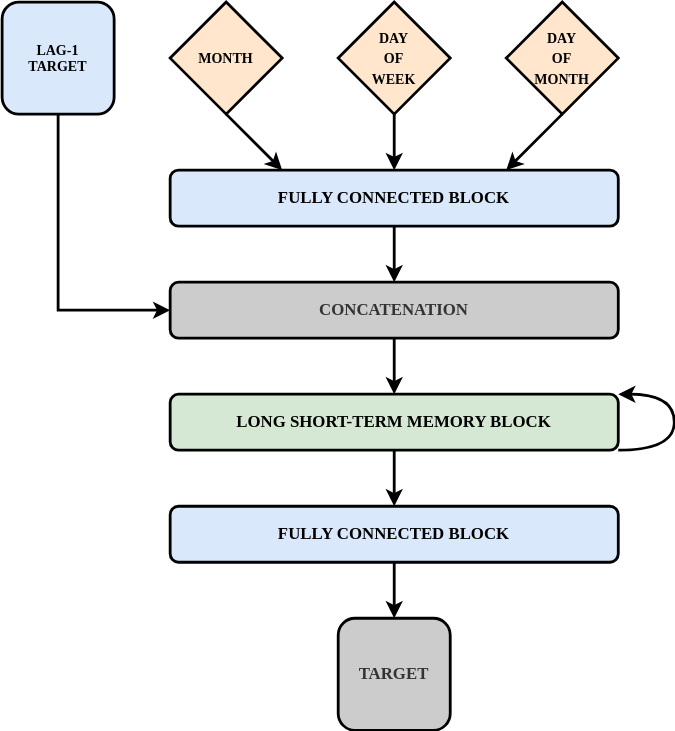
This is figures/false_prophet_architecture.svg from vb690/false_prophet, a draw.io export, as it was before one commit. Source tidied: cells renumbered, new cells last; positions are measured from the earlier drawing's top-left corner, leaving out a move shared by most shapes.
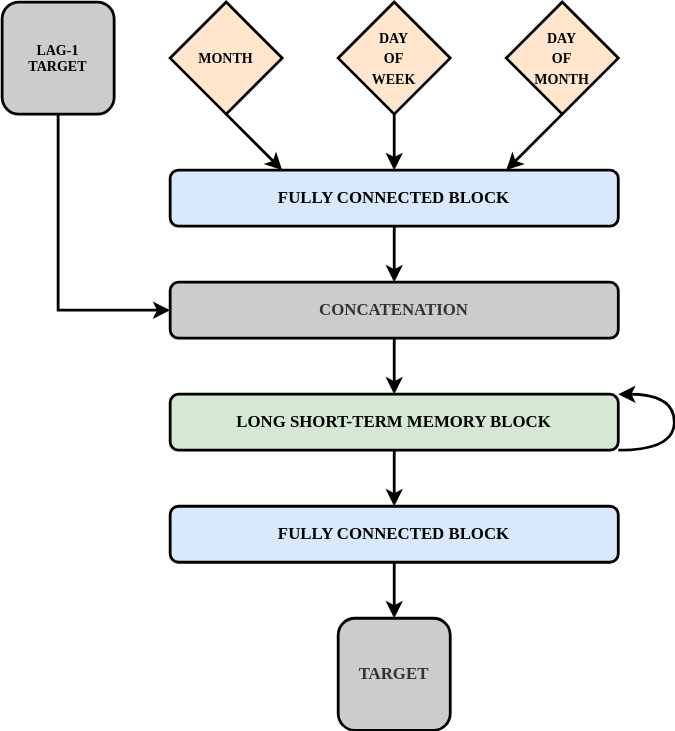
After the commit.

Commit message:
Correct diagram

The edit, as a diff of the source:
```diff
@@ -20,7 +20,7 @@
     <mxCell id="7" style="edgeStyle=orthogonalEdgeStyle;rounded=0;jettySize=auto;html=1;exitX=0.5;exitY=1;exitDx=0;exitDy=0;entryX=0;entryY=0.5;entryDx=0;entryDy=0;strokeWidth=2;" parent="1" edge="1" source="8" target="9">
       <mxGeometry relative="1" as="geometry" />
     </mxCell>
-    <mxCell id="8" value="&lt;div style=&quot;font-size: 10px&quot;&gt;&lt;font face=&quot;Verdana&quot;&gt;&lt;b&gt;&lt;font style=&quot;font-size: 10px&quot;&gt;LAG-1&lt;/font&gt;&lt;/b&gt;&lt;/font&gt;&lt;/div&gt;&lt;div style=&quot;font-size: 10px&quot;&gt;&lt;font style=&quot;font-size: 10px&quot; face=&quot;Verdana&quot;&gt;&lt;b&gt;TARGET&lt;/b&gt;&lt;br&gt;&lt;/font&gt;&lt;/div&gt;" style="rounded=1;whiteSpace=wrap;html=1;fillColor=#dae8fc;strokeWidth=2;" parent="1" vertex="1">
+    <mxCell id="8" value="&lt;div style=&quot;font-size: 10px&quot;&gt;&lt;font face=&quot;Verdana&quot;&gt;&lt;b&gt;&lt;font style=&quot;font-size: 10px&quot;&gt;LAG-1&lt;/font&gt;&lt;/b&gt;&lt;/font&gt;&lt;/div&gt;&lt;div style=&quot;font-size: 10px&quot;&gt;&lt;font style=&quot;font-size: 10px&quot; face=&quot;Verdana&quot;&gt;&lt;b&gt;TARGET&lt;/b&gt;&lt;br&gt;&lt;/font&gt;&lt;/div&gt;" style="rounded=1;whiteSpace=wrap;html=1;strokeWidth=2;fillColor=#CCCCCC;" parent="1" vertex="1">
       <mxGeometry width="80" height="80" as="geometry" />
     </mxCell>
     <mxCell id="9" value="&lt;font face=&quot;Verdana&quot;&gt;&lt;b&gt;CONCATENATION&lt;/b&gt;&lt;/font&gt;" style="rounded=1;whiteSpace=wrap;html=1;fontColor=#333333;fillColor=#CCCCCC;strokeWidth=2;" parent="1" vertex="1">
```
